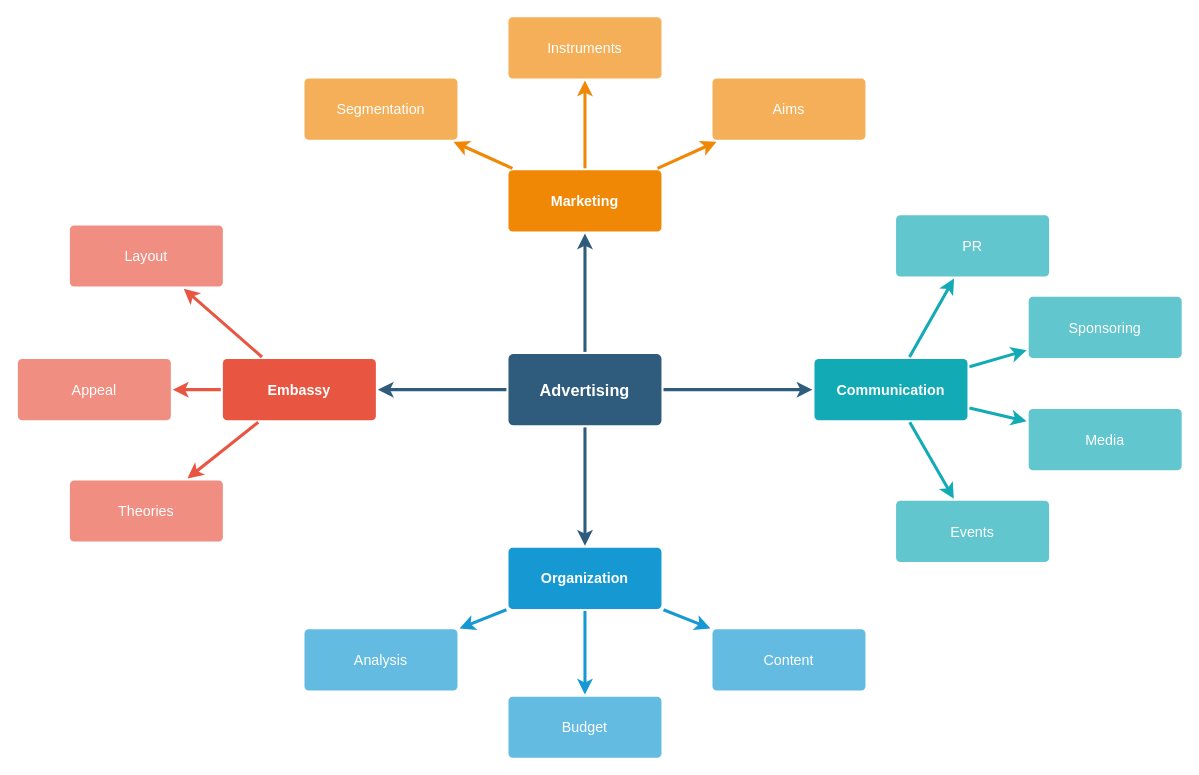
Earlier version of the draw.io diagram commerce-api.drawio (rizkyzhang/mindmap). Source tidied: cells renumbered, new cells numbered last; positions are measured from the earlier drawing's top-left corner, leaving out a move shared by most shapes. Both pictures are drawn from the tidied source at 102%, with x=0, y=0 at pixel (17, 16).
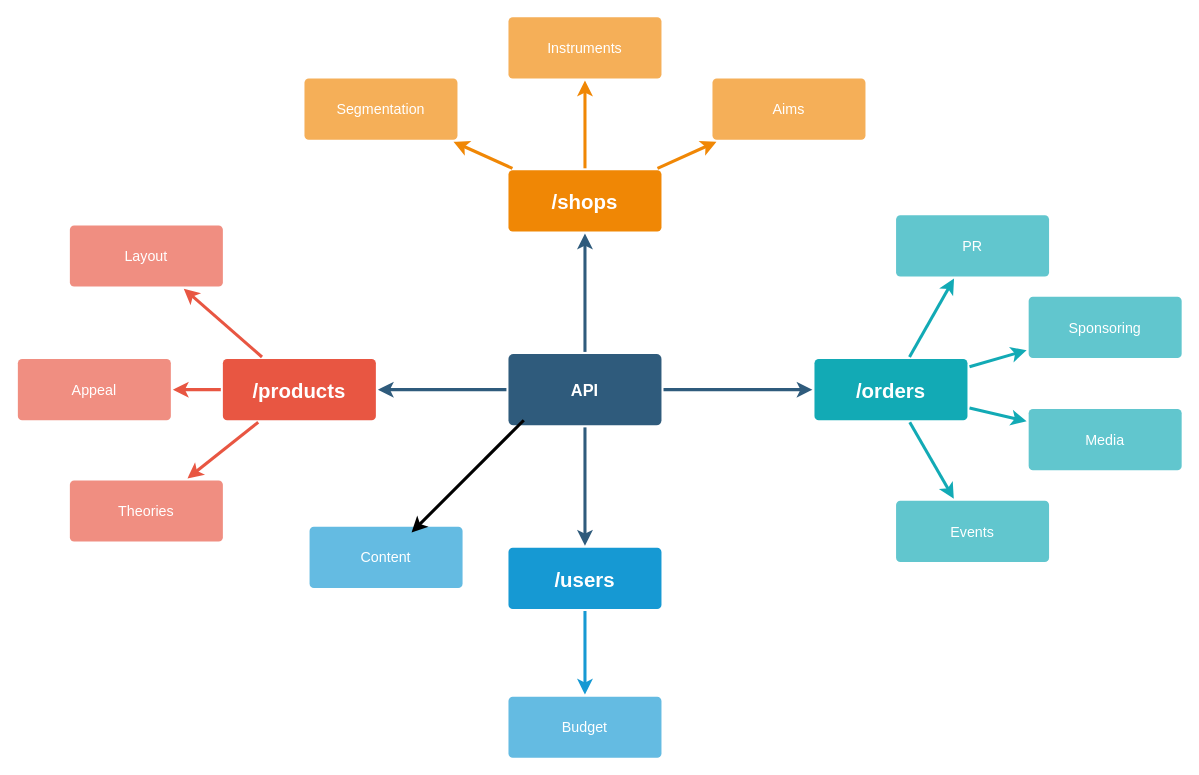
The same diagram, later.

Change to the diagram source:
```diff
@@
+    <mxCell id="18" value="Content" style="rounded=1;whiteSpace=wrap;html=1;shadow=0;labelBackgroundColor=none;strokeColor=none;strokeWidth=3;fillColor=#64bbe2;fontFamily=Helvetica;fontSize=14;fontColor=#FFFFFF;align=center;spacing=5;arcSize=7;perimeterSpacing=2;" parent="1" vertex="1">
+      <mxGeometry x="286" y="500" width="150" height="60" as="geometry" />
+    </mxCell>
@@
-    <mxCell id="6" value="Advertising" style="rounded=1;whiteSpace=wrap;html=1;shadow=0;labelBackgroundColor=none;strokeColor=none;strokeWidth=3;fillColor=#2F5B7C;fontFamily=Helvetica;fontSize=16;fontColor=#FFFFFF;align=center;fontStyle=1;spacing=5;arcSize=7;perimeterSpacing=2;" parent="1" vertex="1">
+    <mxCell id="6" value="API" style="rounded=1;whiteSpace=wrap;html=1;shadow=0;labelBackgroundColor=none;strokeColor=none;strokeWidth=3;fillColor=#2F5B7C;fontFamily=Helvetica;fontSize=16;fontColor=#FFFFFF;align=center;fontStyle=1;spacing=5;arcSize=7;perimeterSpacing=2;" parent="1" vertex="1">
       <mxGeometry x="481" y="330.5" width="150" height="70" as="geometry" />
     </mxCell>
@@
-    <mxCell id="10" value="Embassy" style="rounded=1;whiteSpace=wrap;html=1;shadow=0;labelBackgroundColor=none;strokeColor=none;strokeWidth=3;fillColor=#e85642;fontFamily=Helvetica;fontSize=14;fontColor=#FFFFFF;align=center;spacing=5;fontStyle=1;arcSize=7;perimeterSpacing=2;" parent="1" vertex="1">
+    <mxCell id="10" value="&lt;font style=&quot;font-size: 20px&quot;&gt;/products&lt;/font&gt;" style="rounded=1;whiteSpace=wrap;html=1;shadow=0;labelBackgroundColor=none;strokeColor=none;strokeWidth=3;fillColor=#e85642;fontFamily=Helvetica;fontSize=14;fontColor=#FFFFFF;align=center;spacing=5;fontStyle=1;arcSize=7;perimeterSpacing=2;" parent="1" vertex="1">
       <mxGeometry x="201" y="335.5" width="150" height="60" as="geometry" />
     </mxCell>
@@
-    <mxCell id="14" style="edgeStyle=none;rounded=0;jumpStyle=none;html=1;shadow=0;labelBackgroundColor=none;startArrow=none;startFill=0;endArrow=classic;endFill=1;jettySize=auto;strokeColor=#1699D3;strokeWidth=3;fontFamily=Helvetica;fontSize=14;fontColor=#FFFFFF;spacing=5;" parent="1" edge="1" source="17" target="20">
-      <mxGeometry relative="1" as="geometry" />
-    </mxCell>
@@
-    <mxCell id="16" style="edgeStyle=none;rounded=0;jumpStyle=none;html=1;shadow=0;labelBackgroundColor=none;startArrow=none;startFill=0;endArrow=classic;endFill=1;jettySize=auto;strokeColor=#1699D3;strokeWidth=3;fontFamily=Helvetica;fontSize=14;fontColor=#FFFFFF;spacing=5;" parent="1" edge="1" source="17" target="18">
-      <mxGeometry relative="1" as="geometry" />
-    </mxCell>
-    <mxCell id="17" value="Organization" style="rounded=1;whiteSpace=wrap;html=1;shadow=0;labelBackgroundColor=none;strokeColor=none;strokeWidth=3;fillColor=#1699d3;fontFamily=Helvetica;fontSize=14;fontColor=#FFFFFF;align=center;spacing=5;fontStyle=1;arcSize=7;perimeterSpacing=2;" parent="1" vertex="1">
+    <mxCell id="17" value="&lt;font style=&quot;font-size: 20px&quot;&gt;/users&lt;/font&gt;" style="rounded=1;whiteSpace=wrap;html=1;shadow=0;labelBackgroundColor=none;strokeColor=none;strokeWidth=3;fillColor=#1699d3;fontFamily=Helvetica;fontSize=14;fontColor=#FFFFFF;align=center;spacing=5;fontStyle=1;arcSize=7;perimeterSpacing=2;" parent="1" vertex="1">
       <mxGeometry x="481" y="520.5" width="150" height="60" as="geometry" />
     </mxCell>
-    <mxCell id="18" value="Content" style="rounded=1;whiteSpace=wrap;html=1;shadow=0;labelBackgroundColor=none;strokeColor=none;strokeWidth=3;fillColor=#64bbe2;fontFamily=Helvetica;fontSize=14;fontColor=#FFFFFF;align=center;spacing=5;arcSize=7;perimeterSpacing=2;" parent="1" vertex="1">
-      <mxGeometry x="681" y="600.5" width="150" height="60" as="geometry" />
-    </mxCell>
@@
-    <mxCell id="20" value="Analysis" style="rounded=1;whiteSpace=wrap;html=1;shadow=0;labelBackgroundColor=none;strokeColor=none;strokeWidth=3;fillColor=#64bbe2;fontFamily=Helvetica;fontSize=14;fontColor=#FFFFFF;align=center;spacing=5;arcSize=7;perimeterSpacing=2;" parent="1" vertex="1">
-      <mxGeometry x="281" y="600.5" width="150" height="60" as="geometry" />
-    </mxCell>
-    <mxCell id="21" value="Marketing" style="rounded=1;whiteSpace=wrap;html=1;shadow=0;labelBackgroundColor=none;strokeColor=none;strokeWidth=3;fillColor=#F08705;fontFamily=Helvetica;fontSize=14;fontColor=#FFFFFF;align=center;spacing=5;fontStyle=1;arcSize=7;perimeterSpacing=2;" parent="1" vertex="1">
+    <mxCell id="21" value="&lt;font style=&quot;font-size: 20px&quot;&gt;/shops&lt;/font&gt;" style="rounded=1;whiteSpace=wrap;html=1;shadow=0;labelBackgroundColor=none;strokeColor=none;strokeWidth=3;fillColor=#F08705;fontFamily=Helvetica;fontSize=14;fontColor=#FFFFFF;align=center;spacing=5;fontStyle=1;arcSize=7;perimeterSpacing=2;" parent="1" vertex="1">
       <mxGeometry x="481" y="150.5" width="150" height="60" as="geometry" />
     </mxCell>
@@
-    <mxCell id="28" value="Communication" style="rounded=1;whiteSpace=wrap;html=1;shadow=0;labelBackgroundColor=none;strokeColor=none;strokeWidth=3;fillColor=#12aab5;fontFamily=Helvetica;fontSize=14;fontColor=#FFFFFF;align=center;spacing=5;fontStyle=1;arcSize=7;perimeterSpacing=2;" parent="1" vertex="1">
+    <mxCell id="28" value="&lt;font style=&quot;font-size: 20px&quot;&gt;/orders&lt;/font&gt;" style="rounded=1;whiteSpace=wrap;html=1;shadow=0;labelBackgroundColor=none;strokeColor=none;strokeWidth=3;fillColor=#12aab5;fontFamily=Helvetica;fontSize=14;fontColor=#FFFFFF;align=center;spacing=5;fontStyle=1;arcSize=7;perimeterSpacing=2;" parent="1" vertex="1">
       <mxGeometry x="781" y="335.5" width="150" height="60" as="geometry" />
     </mxCell>
@@
+    <mxCell id="37" style="endArrow=classic;html=1;rounded=1;strokeWidth=3;" parent="1" edge="1">
+      <mxGeometry relative="1" as="geometry">
+        <mxPoint x="496" y="395.5" as="sourcePoint" />
+        <mxPoint x="386" y="505.5" as="targetPoint" />
+      </mxGeometry>
+    </mxCell>
```
